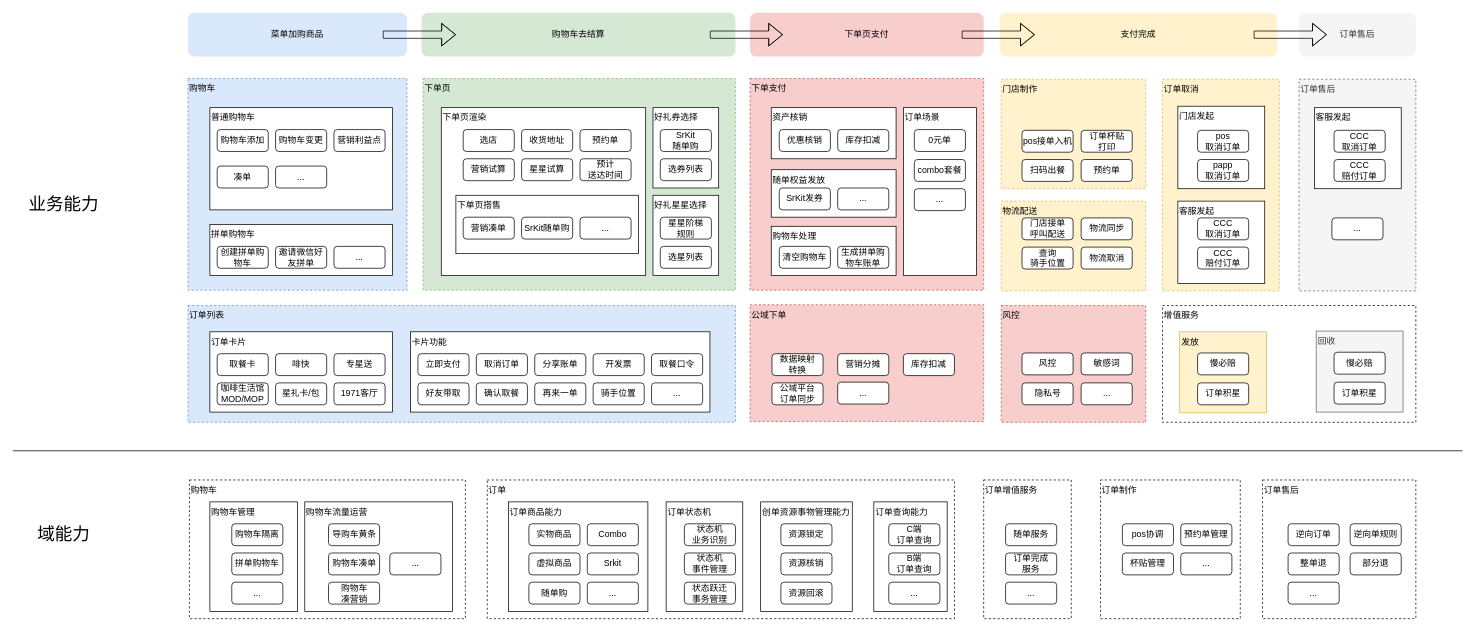
Earlier version of the draw.io diagram page "业务架构" (1 of 3) of OMS2.0业务架构.drawio (alexzhang2015/PC2.0). Source tidied: cells renumbered, new cells numbered last; positions are measured from the earlier drawing's top-left corner, leaving out a move shared by most shapes. Both pictures are drawn from the tidied source at 73%, with x=0, y=0 at pixel (12, 12).
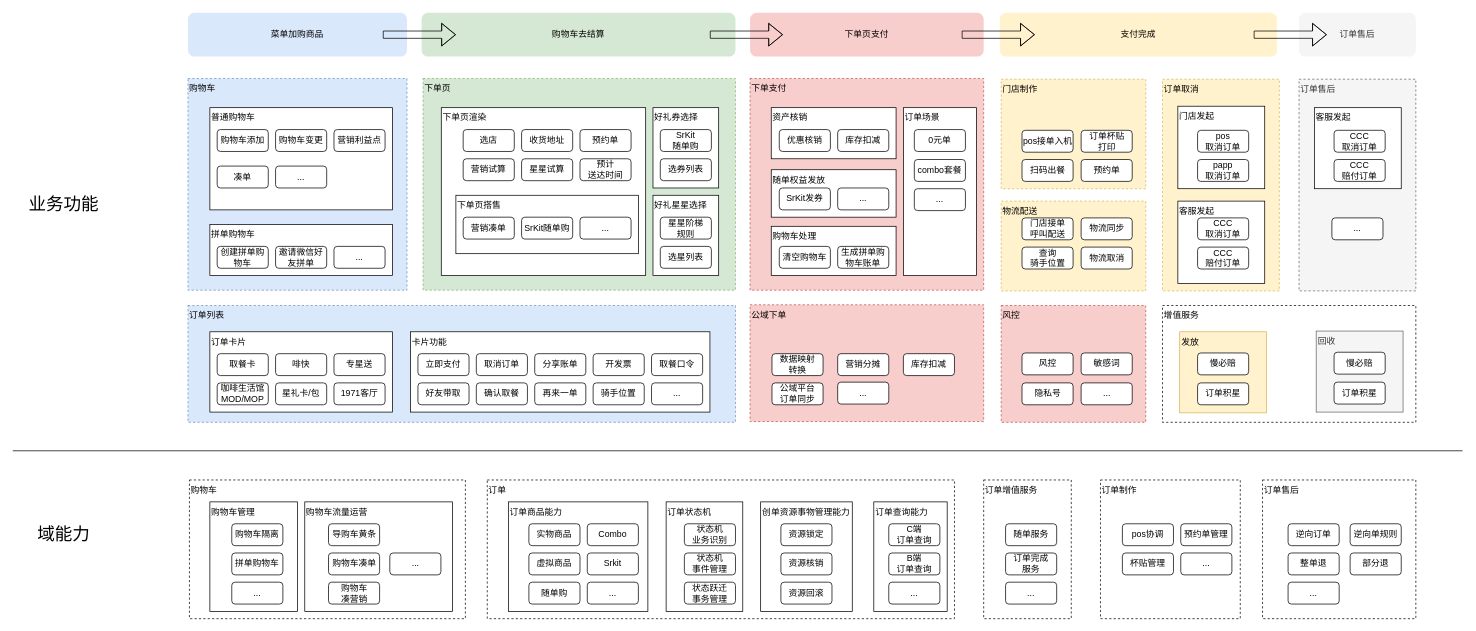
The same page after the edit.

Change to the diagram source:
```diff
@@
-    <mxCell id="159" value="业务能力" style="rounded=0;whiteSpace=wrap;html=1;strokeColor=none;fontSize=24;" parent="1" vertex="1">
+    <mxCell id="159" value="业务功能" style="rounded=0;whiteSpace=wrap;html=1;strokeColor=none;fontSize=24;" parent="1" vertex="1">
       <mxGeometry x="10" y="232.5" width="120" height="60" as="geometry" />
     </mxCell>
```
